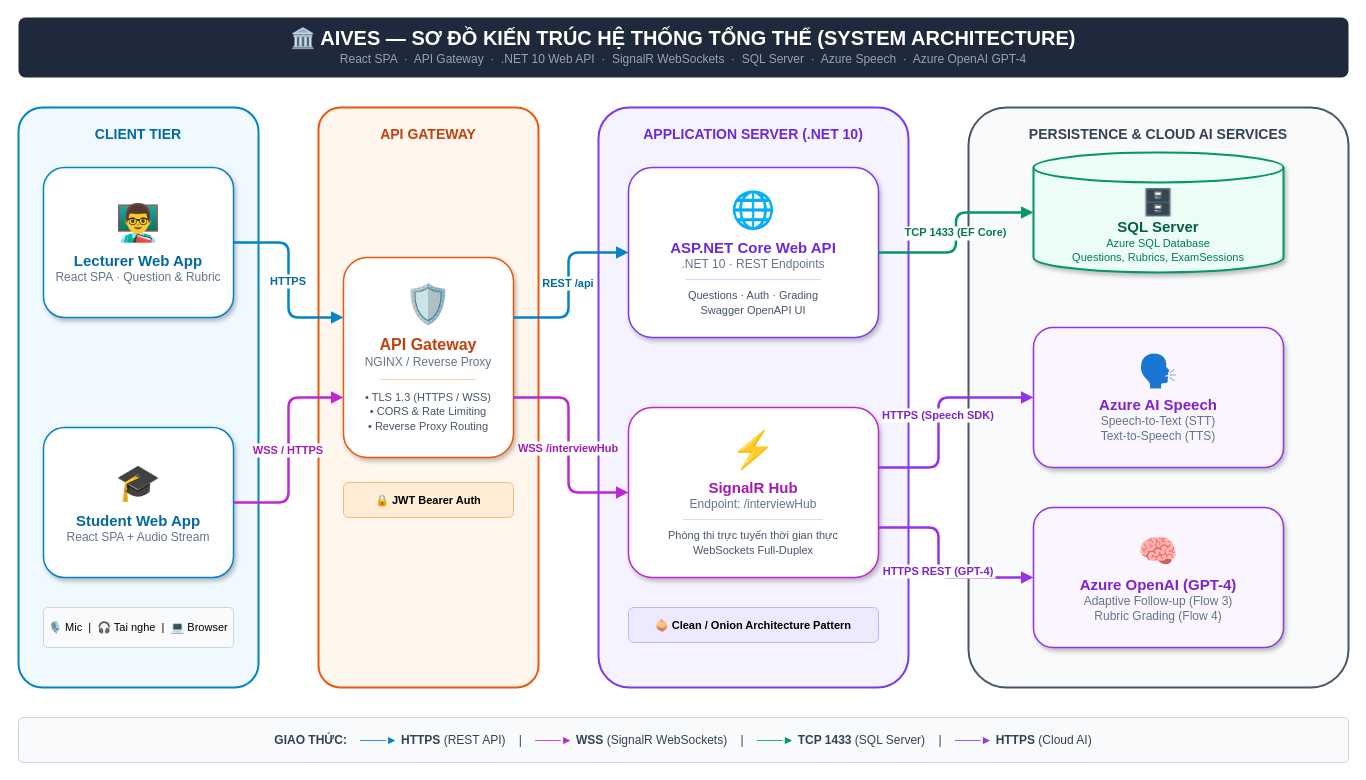
Above: docs/AIVES-System-Architecture.drawio in HikariHino/SWD392_Group3 (draw.io), before the change. Source tidied: cells renumbered, new cells numbered last; positions are measured from the earlier drawing's top-left corner, leaving out a move shared by most shapes. Both pictures are drawn from the tidied source at 100%, with x=0, y=0 at pixel (18, 17).
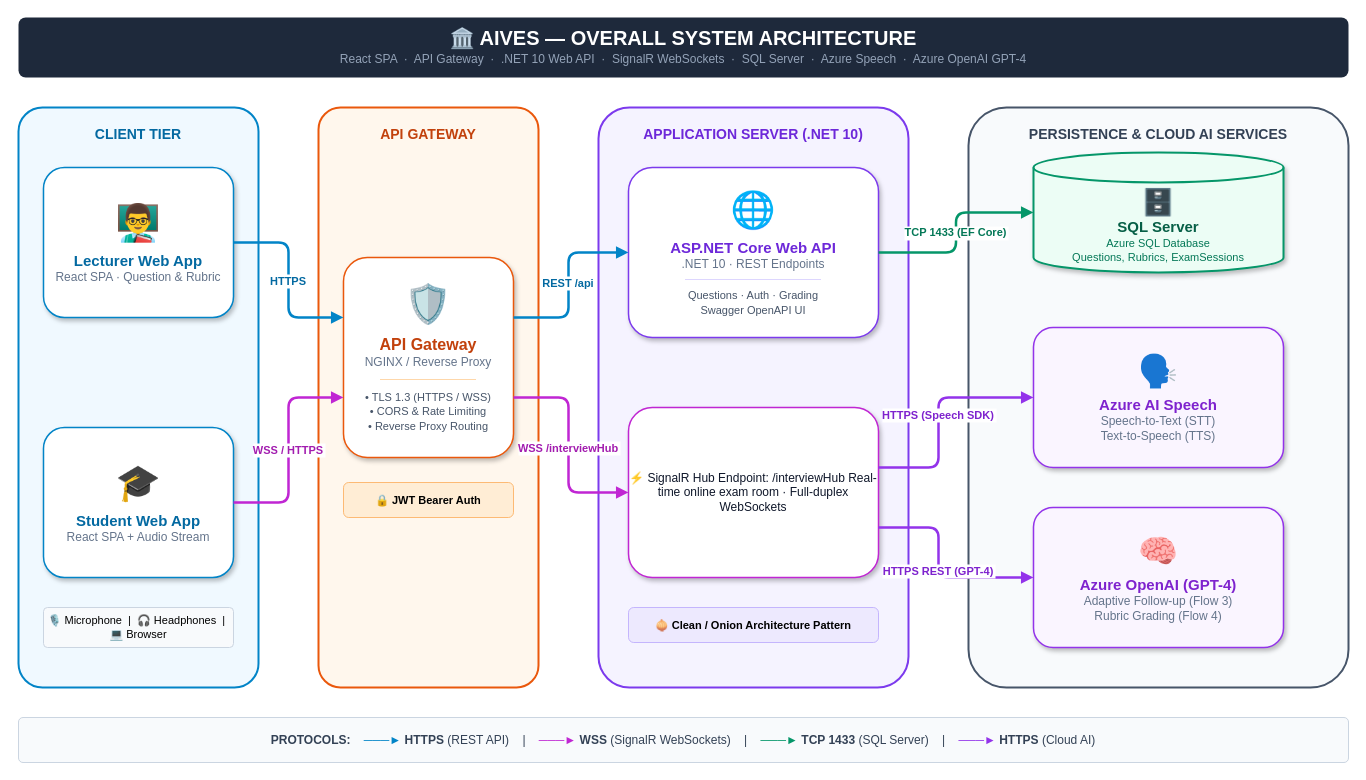
After the change.

Change to the diagram source:
```diff
@@
-    <mxCell id="3" value="🏛️ AIVES — SƠ ĐỒ KIẾN TRÚC HỆ THỐNG TỔNG THỂ (SYSTEM ARCHITECTURE)" style="text;html=1;strokeColor=none;fillColor=none;align=center;verticalAlign=middle;whiteSpace=wrap;fontColor=#ffffff;fontFamily=Arial;fontSize=20;fontStyle=1;" parent="1" vertex="1">
+    <mxCell id="3" value="🏛️ AIVES — OVERALL SYSTEM ARCHITECTURE" style="text;html=1;strokeColor=none;fillColor=none;align=center;verticalAlign=middle;whiteSpace=wrap;fontColor=#ffffff;fontFamily=Arial;fontSize=20;fontStyle=1;" parent="1" vertex="1">
       <mxGeometry y="5" width="1330" height="30" as="geometry" />
     </mxCell>
@@
-    <mxCell id="8" value="🎙️ Mic &amp;nbsp;|&amp;nbsp; 🎧 Tai nghe &amp;nbsp;|&amp;nbsp; 💻 Browser" style="rounded=1;whiteSpace=wrap;html=1;arcSize=10;fillColor=#f8fafc;strokeColor=#cbd5e1;align=center;verticalAlign=middle;fontColor:#64748b;fontFamily=Arial;fontSize=11;" parent="1" vertex="1">
+    <mxCell id="8" value="🎙️ Microphone &amp;nbsp;|&amp;nbsp; 🎧 Headphones &amp;nbsp;|&amp;nbsp; 💻 Browser" style="rounded=1;whiteSpace=wrap;html=1;arcSize=10;fillColor=#f8fafc;strokeColor=#cbd5e1;align=center;verticalAlign=middle;fontColor:#64748b;fontFamily=Arial;fontSize=11;" parent="1" vertex="1">
       <mxGeometry x="25" y="590" width="190" height="40" as="geometry" />
     </mxCell>
@@
-    <mxCell id="14" value="&lt;div style='font-size:36px; margin-bottom:8px;'&gt;⚡&lt;/div&gt;&lt;b style='font-size:15px; color:#a21caf;'&gt;SignalR Hub&lt;/b&gt;&lt;br&gt;&lt;span style='font-size:12px; color:#64748b;'&gt;Endpoint: /interviewHub&lt;/span&gt;&lt;hr style='border:0; border-top:1px solid #f5d0fe; margin:8px 15px;'&gt;&lt;span style='font-size:11px; color:#475569;'&gt;Phòng thi trực tuyến thời gian thực&lt;br&gt;WebSockets Full-Duplex&lt;/span&gt;" style="rounded=1;whiteSpace=wrap;html=1;arcSize=14;fillColor=#ffffff;strokeColor=#c026d3;strokeWidth=1.5;align=center;verticalAlign=middle;fontColor=#0f172a;fontFamily=Arial;shadow=1;" parent="1" vertex="1">
+    <mxCell id="14" value=" ⚡  SignalR Hub   Endpoint: /interviewHub   Real-time online exam room · Full-duplex WebSockets " style="rounded=1;whiteSpace=wrap;html=1;arcSize=14;fillColor=#ffffff;strokeColor=#c026d3;strokeWidth=1.5;align=center;verticalAlign=middle;fontColor=#0f172a;fontFamily=Arial;shadow=1;" parent="1" vertex="1">
       <mxGeometry x="610" y="390" width="250" height="170" as="geometry" />
     </mxCell>
@@
-    <mxCell id="27" value="&lt;b&gt;GIAO THỨC:&lt;/b&gt;&amp;nbsp;&amp;nbsp;&amp;nbsp;&amp;nbsp;&lt;span style='color:#0284c7; font-weight:bold;'&gt;───►&lt;/span&gt; &lt;b&gt;HTTPS&lt;/b&gt; (REST API)&amp;nbsp;&amp;nbsp;&amp;nbsp;&amp;nbsp;|&amp;nbsp;&amp;nbsp;&amp;nbsp;&amp;nbsp;&lt;span style='color:#c026d3; font-weight:bold;'&gt;───►&lt;/span&gt; &lt;b&gt;WSS&lt;/b&gt; (SignalR WebSockets)&amp;nbsp;&amp;nbsp;&amp;nbsp;&amp;nbsp;|&amp;nbsp;&amp;nbsp;&amp;nbsp;&amp;nbsp;&lt;span style='color:#059669; font-weight:bold;'&gt;───►&lt;/span&gt; &lt;b&gt;TCP 1433&lt;/b&gt; (SQL Server)&amp;nbsp;&amp;nbsp;&amp;nbsp;&amp;nbsp;|&amp;nbsp;&amp;nbsp;&amp;nbsp;&amp;nbsp;&lt;span style='color:#9333ea; font-weight:bold;'&gt;───►&lt;/span&gt; &lt;b&gt;HTTPS&lt;/b&gt; (Cloud AI)" style="rounded=1;whiteSpace=wrap;html=1;fillColor=#f8fafc;strokeColor=#cbd5e1;arcSize=10;align=center;verticalAlign=middle;fontColor=#334155;fontFamily=Arial;fontSize=12;" parent="1" vertex="1">
+    <mxCell id="27" value="&lt;b&gt;PROTOCOLS:&lt;/b&gt;&amp;nbsp;&amp;nbsp;&amp;nbsp;&amp;nbsp;&lt;span style='color:#0284c7; font-weight:bold;'&gt;───►&lt;/span&gt; &lt;b&gt;HTTPS&lt;/b&gt; (REST API)&amp;nbsp;&amp;nbsp;&amp;nbsp;&amp;nbsp;|&amp;nbsp;&amp;nbsp;&amp;nbsp;&amp;nbsp;&lt;span style='color:#c026d3; font-weight:bold;'&gt;───►&lt;/span&gt; &lt;b&gt;WSS&lt;/b&gt; (SignalR WebSockets)&amp;nbsp;&amp;nbsp;&amp;nbsp;&amp;nbsp;|&amp;nbsp;&amp;nbsp;&amp;nbsp;&amp;nbsp;&lt;span style='color:#059669; font-weight:bold;'&gt;───►&lt;/span&gt; &lt;b&gt;TCP 1433&lt;/b&gt; (SQL Server)&amp;nbsp;&amp;nbsp;&amp;nbsp;&amp;nbsp;|&amp;nbsp;&amp;nbsp;&amp;nbsp;&amp;nbsp;&lt;span style='color:#9333ea; font-weight:bold;'&gt;───►&lt;/span&gt; &lt;b&gt;HTTPS&lt;/b&gt; (Cloud AI)" style="rounded=1;whiteSpace=wrap;html=1;fillColor=#f8fafc;strokeColor=#cbd5e1;arcSize=10;align=center;verticalAlign=middle;fontColor=#334155;fontFamily=Arial;fontSize=12;" parent="1" vertex="1">
       <mxGeometry y="700" width="1330" height="45" as="geometry" />
     </mxCell>
```
